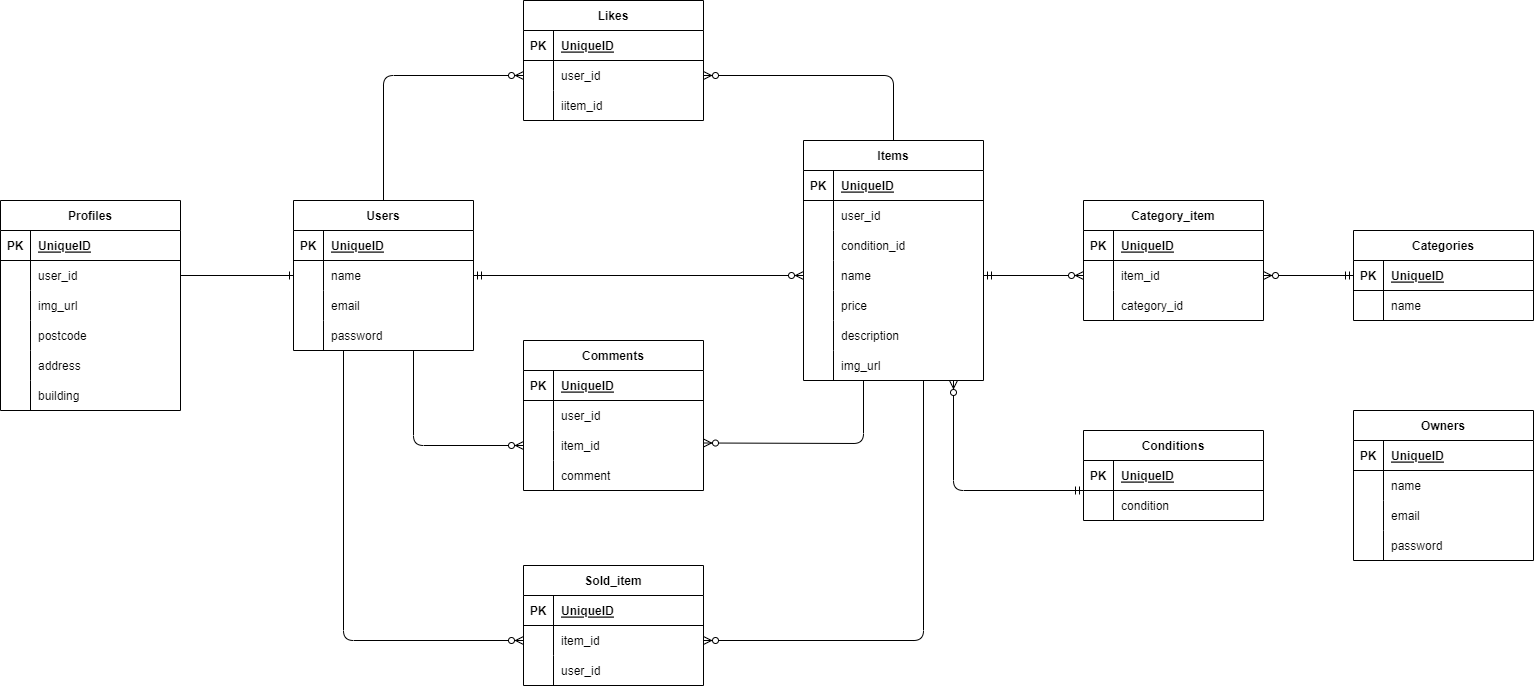
Before: storage/image/ER_figure.drawio.png, a diagram exported from draw.io (yu-tooo/coachtech-flma). Source tidied: cells renumbered, new cells last; positions are measured from the earlier drawing's top-left corner, leaving out a move shared by most shapes.
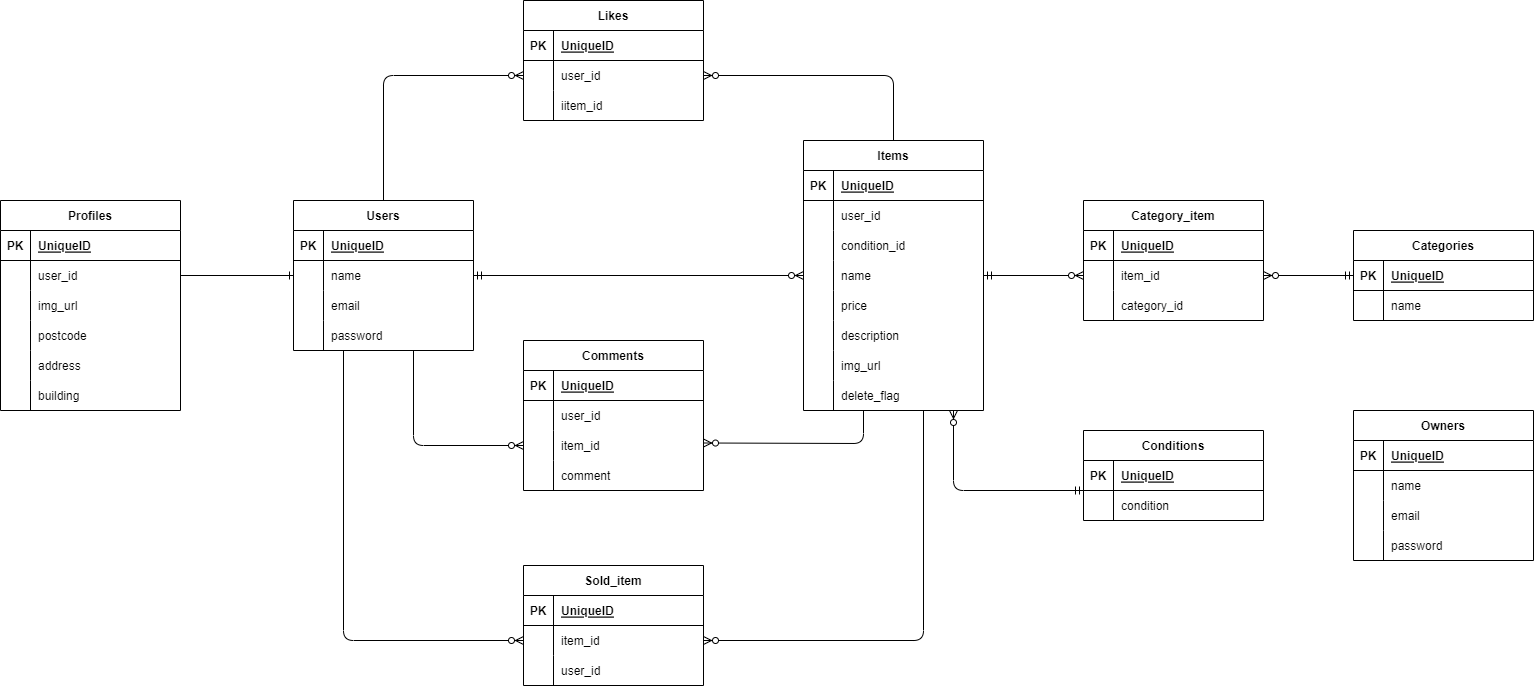
Later version of the same file.

Diff of the diagram source:
```diff
@@ -207,10 +207,10 @@
       <mxGeometry x="30" width="150" height="30" as="geometry" />
     </mxCell>
     <mxCell id="70" style="group;" parent="1" vertex="1">
-      <mxGeometry x="803" y="140" width="180" height="240" as="geometry" />
+      <mxGeometry x="803" y="140" width="180" height="270" as="geometry" />
     </mxCell>
     <mxCell id="71" value="Items" style="shape=table;startSize=30;rowLines=0;fontStyle=1;align=center;strokeColor=#000000;fontColor=#000000;fillColor=#FFFFFF;" parent="70" vertex="1">
-      <mxGeometry width="180" height="240" as="geometry" />
+      <mxGeometry width="180" height="270" as="geometry" />
     </mxCell>
     <mxCell id="72" style="shape=tableRow;horizontal=0;startSize=0;swimlaneHead=0;swimlaneBody=0;fillColor=none;top=0;left=0;right=0;bottom=1;strokeColor=#000000;fontColor=#000000;" parent="71" vertex="1">
       <mxGeometry y="30" width="180" height="30" as="geometry" />
@@ -275,6 +275,15 @@
     <mxCell id="92" style="shape=partialRectangle;fillColor=none;top=0;left=0;bottom=0;right=0;align=left;spacingLeft=6;overflow=hidden;strokeColor=#000000;fontColor=#000000;" parent="90" vertex="1">
       <mxGeometry x="30" width="150" height="30" as="geometry" />
     </mxCell>
+    <mxCell id="144" style="shape=tableRow;horizontal=0;startSize=0;swimlaneHead=0;swimlaneBody=0;fillColor=none;top=0;left=0;right=0;bottom=0;strokeColor=#000000;fontColor=#000000;" parent="71" vertex="1">
+      <mxGeometry y="240" width="180" height="30" as="geometry" />
+    </mxCell>
+    <mxCell id="145" style="shape=partialRectangle;fillColor=none;top=0;left=0;bottom=0;right=0;overflow=hidden;strokeColor=#000000;fontColor=#000000;" parent="144" vertex="1">
+      <mxGeometry width="30" height="30" as="geometry" />
+    </mxCell>
+    <mxCell id="146" style="shape=partialRectangle;fillColor=none;top=0;left=0;bottom=0;right=0;align=left;spacingLeft=6;overflow=hidden;strokeColor=#000000;fontColor=#000000;" parent="144" vertex="1">
+      <mxGeometry x="30" width="150" height="30" as="geometry" />
+    </mxCell>
     <mxCell id="93" value="price" style="shape=partialRectangle;fillColor=none;top=0;left=0;bottom=0;right=0;align=left;spacingLeft=6;overflow=hidden;strokeColor=#000000;fontColor=#000000;" parent="70" vertex="1">
       <mxGeometry x="30" y="150" width="150" height="30" as="geometry" />
     </mxCell>
@@ -284,6 +293,9 @@
     <mxCell id="95" value="img_url" style="shape=partialRectangle;fillColor=none;top=0;left=0;bottom=0;right=0;align=left;spacingLeft=6;overflow=hidden;strokeColor=#000000;fontColor=#000000;" parent="70" vertex="1">
       <mxGeometry x="30" y="210" width="150" height="30" as="geometry" />
     </mxCell>
+    <mxCell id="147" value="delete_flag" style="shape=partialRectangle;fillColor=none;top=0;left=0;bottom=0;right=0;align=left;spacingLeft=6;overflow=hidden;strokeColor=#000000;fontColor=#000000;" parent="70" vertex="1">
+      <mxGeometry x="30" y="240" width="150" height="30" as="geometry" />
+    </mxCell>
     <mxCell id="96" value="Category_item" style="shape=table;startSize=30;rowLines=0;fontStyle=1;align=center;strokeColor=#000000;fontColor=#000000;fillColor=#FFFFFF;" parent="1" vertex="1">
       <mxGeometry x="1083" y="200" width="180" height="120" as="geometry" />
     </mxCell>
@@ -391,7 +403,7 @@
     </mxCell>
     <mxCell id="125" style="fontSize=12;html=1;endArrow=ERzeroToMany;endFill=1;strokeColor=#000000;fontColor=#000000;entryX=1;entryY=0.5;entryDx=0;entryDy=0;" parent="1" edge="1">
       <mxGeometry relative="1" as="geometry">
-        <mxPoint x="863" y="380" as="sourcePoint" />
+        <mxPoint x="863" y="410" as="sourcePoint" />
         <mxPoint x="703" y="442.5" as="targetPoint" />
         <Array as="points">
           <mxPoint x="863" y="443" />
@@ -400,7 +412,7 @@
     </mxCell>
     <mxCell id="126" style="fontSize=12;html=1;endArrow=ERzeroToMany;endFill=1;strokeColor=#000000;fontColor=#000000;entryX=1;entryY=0.5;entryDx=0;entryDy=0;" parent="1" edge="1" target="51">
       <mxGeometry relative="1" as="geometry">
-        <mxPoint x="923" y="380" as="sourcePoint" />
+        <mxPoint x="923" y="410" as="sourcePoint" />
         <Array as="points">
           <mxPoint x="923" y="640" />
         </Array>
@@ -412,7 +424,7 @@
     <mxCell id="128" style="fontSize=12;html=1;endArrow=ERzeroToMany;startArrow=ERmandOne;strokeColor=#000000;fontColor=#000000;" parent="1" edge="1">
       <mxGeometry relative="1" as="geometry">
         <mxPoint x="1083" y="490" as="sourcePoint" />
-        <mxPoint x="953" y="380" as="targetPoint" />
+        <mxPoint x="953" y="410" as="targetPoint" />
         <Array as="points">
           <mxPoint x="953" y="490" />
         </Array>
```
